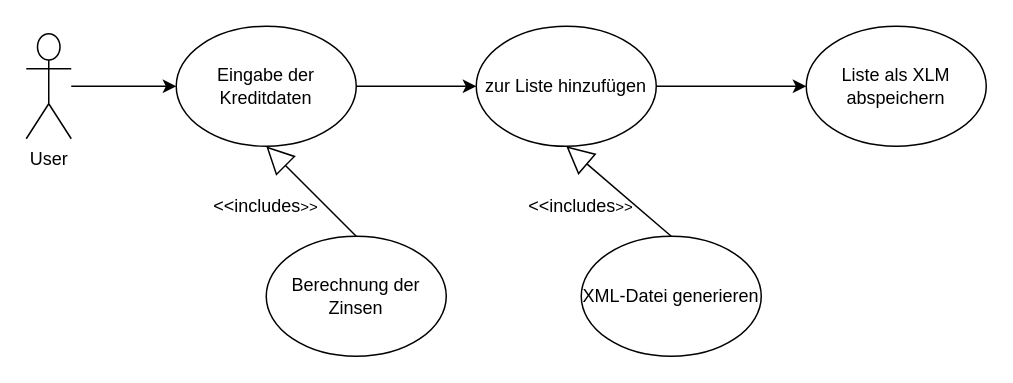
This is modelling/UseCaseDiagram.drawio from maxlautenbach/se-portfolio-gruppe4, a draw.io file, before an edit. Source tidied: cells renumbered, new cells numbered last; positions are measured from the earlier drawing's top-left corner, leaving out a move shared by most shapes. Both pictures are drawn from the tidied source at 150%, with x=0, y=0 at pixel (26, 26).
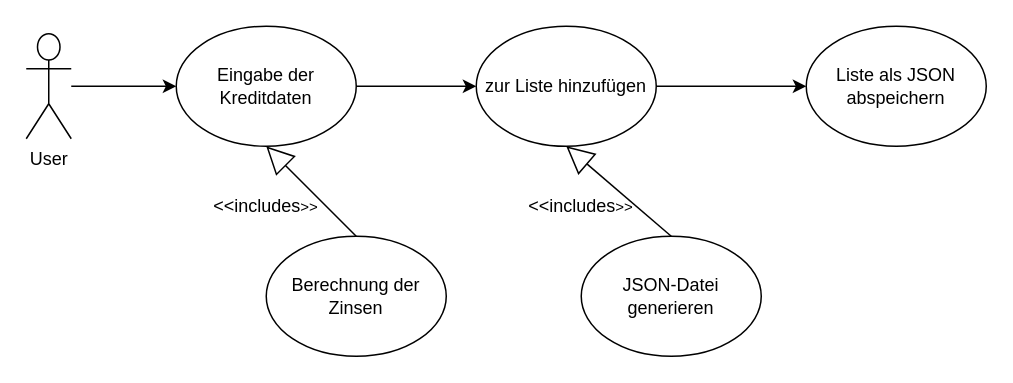
After the change.

Diff of the diagram source:
```diff
@@
 <mxGraphModel>
   <root>
     <mxCell id="0" />
     <mxCell id="1" parent="0" />
     <mxCell id="2" value="User" style="shape=umlActor;verticalLabelPosition=bottom;verticalAlign=top;html=1;outlineConnect=0;" parent="1" vertex="1">
       <mxGeometry y="5" width="30" height="70" as="geometry" />
     </mxCell>
     <mxCell id="3" value="Eingabe der Kreditdaten" style="ellipse;whiteSpace=wrap;html=1;" parent="1" vertex="1">
       <mxGeometry x="100" width="120" height="80" as="geometry" />
     </mxCell>
     <mxCell id="4" style="endArrow=classic;html=1;entryX=0;entryY=0.5;entryDx=0;entryDy=0;" parent="1" edge="1" source="2" target="3">
       <mxGeometry relative="1" as="geometry" />
     </mxCell>
     <mxCell id="5" value="Berechnung der Zinsen" style="ellipse;whiteSpace=wrap;html=1;" parent="1" vertex="1">
       <mxGeometry x="160" y="140" width="120" height="80" as="geometry" />
     </mxCell>
     <mxCell id="6" value="zur Liste hinzufügen" style="ellipse;whiteSpace=wrap;html=1;" parent="1" vertex="1">
       <mxGeometry x="300" width="120" height="80" as="geometry" />
     </mxCell>
     <mxCell id="7" value="&amp;lt;&amp;lt;includes&lt;font size=&quot;1&quot;&gt;&amp;gt;&amp;gt;&lt;/font&gt;" style="text;html=1;strokeColor=none;fillColor=none;align=center;verticalAlign=middle;whiteSpace=wrap;rounded=0;" parent="1" vertex="1">
       <mxGeometry x="140" y="110" width="40" height="20" as="geometry" />
     </mxCell>
     <mxCell id="8" style="endArrow=classic;html=1;entryX=0;entryY=0.5;entryDx=0;entryDy=0;exitX=1;exitY=0.5;exitDx=0;exitDy=0;" parent="1" edge="1" source="3" target="6">
       <mxGeometry relative="1" as="geometry" />
     </mxCell>
-    <mxCell id="9" value="XML-Datei generieren" style="ellipse;whiteSpace=wrap;html=1;" parent="1" vertex="1">
+    <mxCell id="9" value="JSON-Datei generieren" style="ellipse;whiteSpace=wrap;html=1;" parent="1" vertex="1">
       <mxGeometry x="370" y="140" width="120" height="80" as="geometry" />
     </mxCell>
     <mxCell id="10" style="endArrow=block;endSize=16;endFill=0;html=1;exitX=0.5;exitY=0;exitDx=0;exitDy=0;entryX=0.5;entryY=1;entryDx=0;entryDy=0;" parent="1" edge="1" source="9" target="6">
       <mxGeometry x="1" y="-191" relative="1" as="geometry">
         <mxPoint x="-1" y="-20" as="offset" />
       </mxGeometry>
     </mxCell>
     <mxCell id="11" value="&amp;lt;&amp;lt;includes&lt;font size=&quot;1&quot;&gt;&amp;gt;&amp;gt;&lt;/font&gt;" style="text;html=1;strokeColor=none;fillColor=none;align=center;verticalAlign=middle;whiteSpace=wrap;rounded=0;" parent="1" vertex="1">
       <mxGeometry x="350" y="110" width="40" height="20" as="geometry" />
     </mxCell>
     <mxCell id="12" style="endArrow=block;endSize=16;endFill=0;html=1;exitX=0.5;exitY=0;exitDx=0;exitDy=0;entryX=0.5;entryY=1;entryDx=0;entryDy=0;" parent="1" edge="1" source="5">
       <mxGeometry x="1" y="-191" relative="1" as="geometry">
         <mxPoint x="160" y="80" as="targetPoint" />
         <mxPoint x="-1" y="-20" as="offset" />
       </mxGeometry>
     </mxCell>
     <mxCell id="13" style="endArrow=classic;html=1;entryX=0;entryY=0.5;entryDx=0;entryDy=0;exitX=1;exitY=0.5;exitDx=0;exitDy=0;" parent="1" edge="1" source="6" target="14">
       <mxGeometry relative="1" as="geometry" />
     </mxCell>
-    <mxCell id="14" value="Liste als XLM abspeichern" style="ellipse;whiteSpace=wrap;html=1;" parent="1" vertex="1">
+    <mxCell id="14" value="Liste als JSON abspeichern" style="ellipse;whiteSpace=wrap;html=1;" parent="1" vertex="1">
       <mxGeometry x="520" width="120" height="80" as="geometry" />
     </mxCell>
   </root>
 </mxGraphModel>
```
